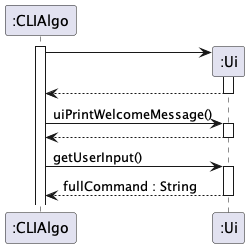
The PlantUML diagram docs/sequence-diagrams/diagrams/Ui.png in ong-ck/tp, before a commit. The source it was exported from:
```plantuml
@startuml

participant ":CLIAlgo" as cli
participant ":Ui" as ui

activate cli
cli -> ui **
activate ui
return
cli -> ui : uiPrintWelcomeMessage()
activate ui
return
cli -> ui : getUserInput()
activate ui
return fullCommand : String
deactivate ui

@enduml
```
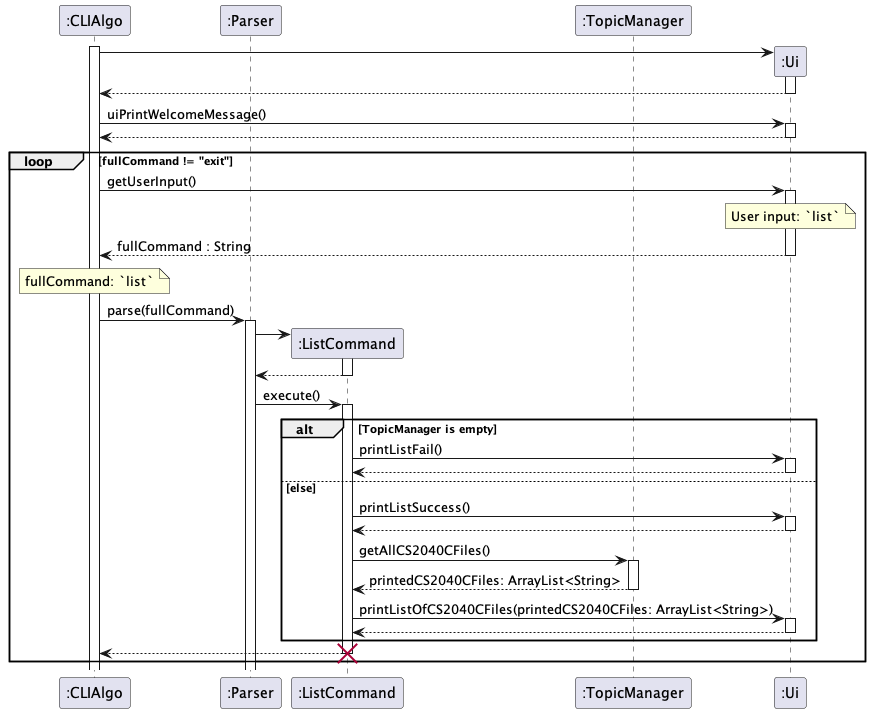
The same file after the commit.

Commit message:
Refactor Ui sequence diagram to include the `list` command Ui method calls

Diff of the diagram source:
```diff
@@ -1,6 +1,9 @@
 @startuml
 
 participant ":CLIAlgo" as cli
+participant ":Parser" as p
+participant ":ListCommand" as lc
+participant ":TopicManager" as tm
 participant ":Ui" as ui
 
 activate cli
@@ -10,9 +13,40 @@
 cli -> ui : uiPrintWelcomeMessage()
 activate ui
 return
+loop fullCommand != "exit"
 cli -> ui : getUserInput()
 activate ui
+note over ui : User input: `list`
 return fullCommand : String
 deactivate ui
+note over cli : fullCommand: `list`
+cli -> p : parse(fullCommand)
+activate p
+p -> lc **
+activate lc
+lc --> p
+deactivate lc
+p -> lc : execute()
+activate lc
+
+alt TopicManager is empty
+    lc -> ui : printListFail()
+    activate ui
+    return
+
+else else
+    lc -> ui : printListSuccess()
+    activate ui
+    return
+    lc -> tm : getAllCS2040CFiles()
+    activate tm
+    return printedCS2040CFiles: ArrayList<String>
+    lc -> ui : printListOfCS2040CFiles(printedCS2040CFiles: ArrayList<String>)
+    activate ui
+    return
+end
+lc --> cli
+destroy lc
+end
 
 @enduml
```
